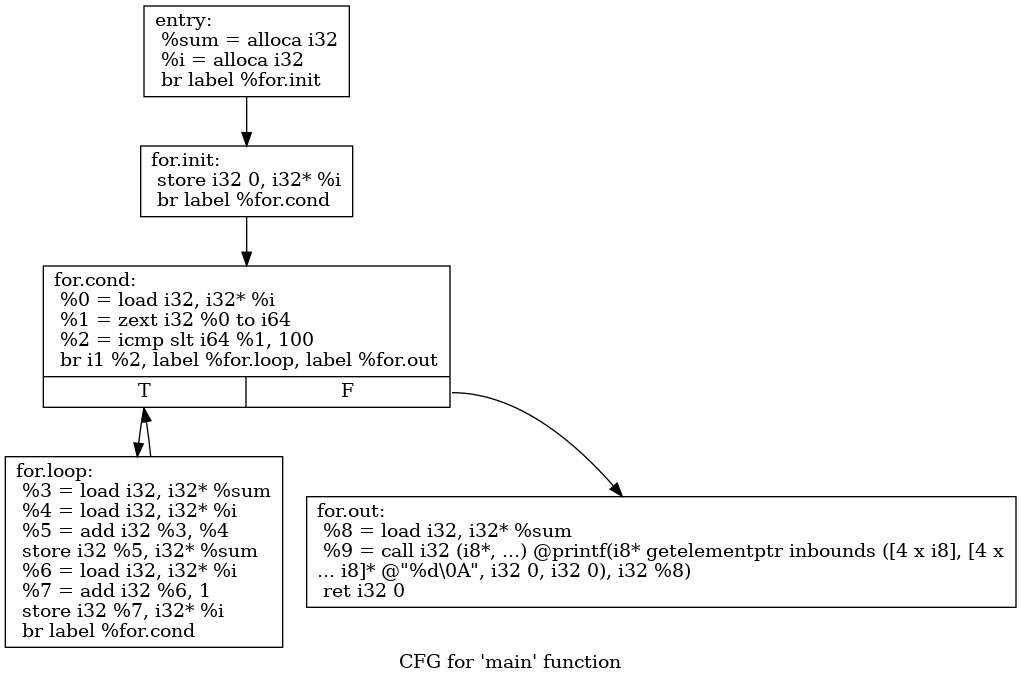
Esifiel/compiler keeps this Graphviz diagram as src/tmp/.main.dot.png. Above is the earlier version. Its source is kept beside it as src/tmp/.main.dot.
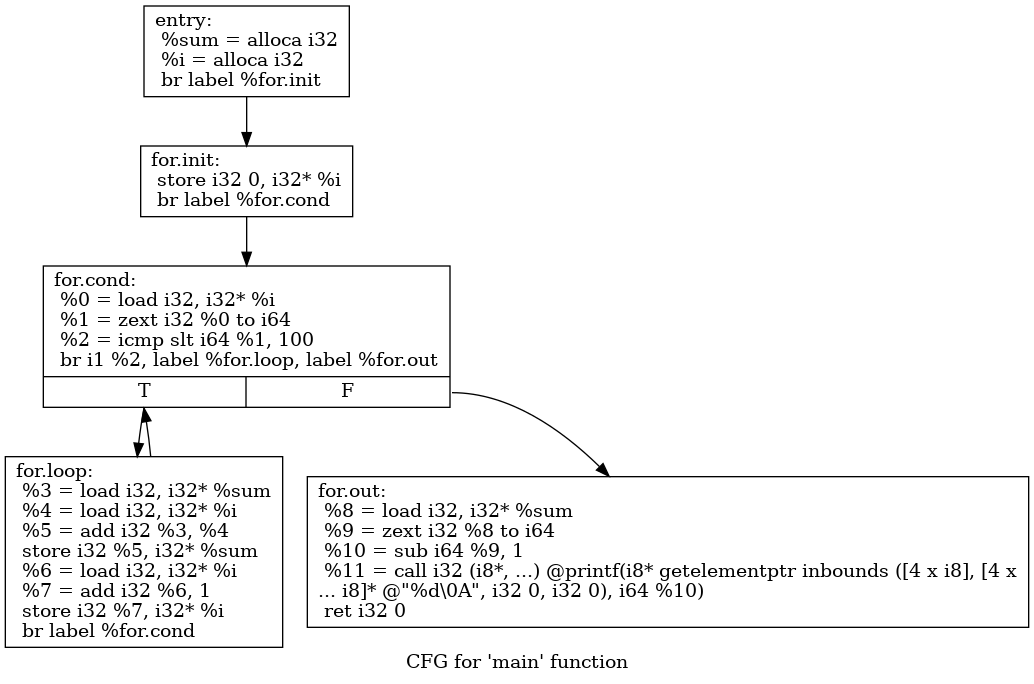
The same diagram one commit later.

Change to the diagram source:
```diff
@@ -1,14 +1,14 @@
 digraph "CFG for 'main' function" {
 	label="CFG for 'main' function";
 
-	Node0x1974820 [shape=record,label="{entry:\l  %sum = alloca i32\l  %i = alloca i32\l  br label %for.init\l}"];
-	Node0x1974820 -> Node0x19750b0;
-	Node0x19750b0 [shape=record,label="{for.init:                                         \l  store i32 0, i32* %i\l  br label %for.cond\l}"];
-	Node0x19750b0 -> Node0x19752a0;
-	Node0x19752a0 [shape=record,label="{for.cond:                                         \l  %0 = load i32, i32* %i\l  %1 = zext i32 %0 to i64\l  %2 = icmp slt i64 %1, 100\l  br i1 %2, label %for.loop, label %for.out\l|{<s0>T|<s1>F}}"];
-	Node0x19752a0:s0 -> Node0x19754f0;
-	Node0x19752a0:s1 -> Node0x19755d0;
-	Node0x19754f0 [shape=record,label="{for.loop:                                         \l  %3 = load i32, i32* %sum\l  %4 = load i32, i32* %i\l  %5 = add i32 %3, %4\l  store i32 %5, i32* %sum\l  %6 = load i32, i32* %i\l  %7 = add i32 %6, 1\l  store i32 %7, i32* %i\l  br label %for.cond\l}"];
-	Node0x19754f0 -> Node0x19752a0;
-	Node0x19755d0 [shape=record,label="{for.out:                                          \l  %8 = load i32, i32* %sum\l  %9 = call i32 (i8*, ...) @printf(i8* getelementptr inbounds ([4 x i8], [4 x\l... i8]* @\"%d\\0A\", i32 0, i32 0), i32 %8)\l  ret i32 0\l}"];
+	Node0xc56940 [shape=record,label="{entry:\l  %sum = alloca i32\l  %i = alloca i32\l  br label %for.init\l}"];
+	Node0xc56940 -> Node0xc571d0;
+	Node0xc571d0 [shape=record,label="{for.init:                                         \l  store i32 0, i32* %i\l  br label %for.cond\l}"];
+	Node0xc571d0 -> Node0xc573c0;
+	Node0xc573c0 [shape=record,label="{for.cond:                                         \l  %0 = load i32, i32* %i\l  %1 = zext i32 %0 to i64\l  %2 = icmp slt i64 %1, 100\l  br i1 %2, label %for.loop, label %for.out\l|{<s0>T|<s1>F}}"];
+	Node0xc573c0:s0 -> Node0xc57610;
+	Node0xc573c0:s1 -> Node0xc576f0;
+	Node0xc57610 [shape=record,label="{for.loop:                                         \l  %3 = load i32, i32* %sum\l  %4 = load i32, i32* %i\l  %5 = add i32 %3, %4\l  store i32 %5, i32* %sum\l  %6 = load i32, i32* %i\l  %7 = add i32 %6, 1\l  store i32 %7, i32* %i\l  br label %for.cond\l}"];
+	Node0xc57610 -> Node0xc573c0;
+	Node0xc576f0 [shape=record,label="{for.out:                                          \l  %8 = load i32, i32* %sum\l  %9 = zext i32 %8 to i64\l  %10 = sub i64 %9, 1\l  %11 = call i32 (i8*, ...) @printf(i8* getelementptr inbounds ([4 x i8], [4 x\l... i8]* @\"%d\\0A\", i32 0, i32 0), i64 %10)\l  ret i32 0\l}"];
 }
```
